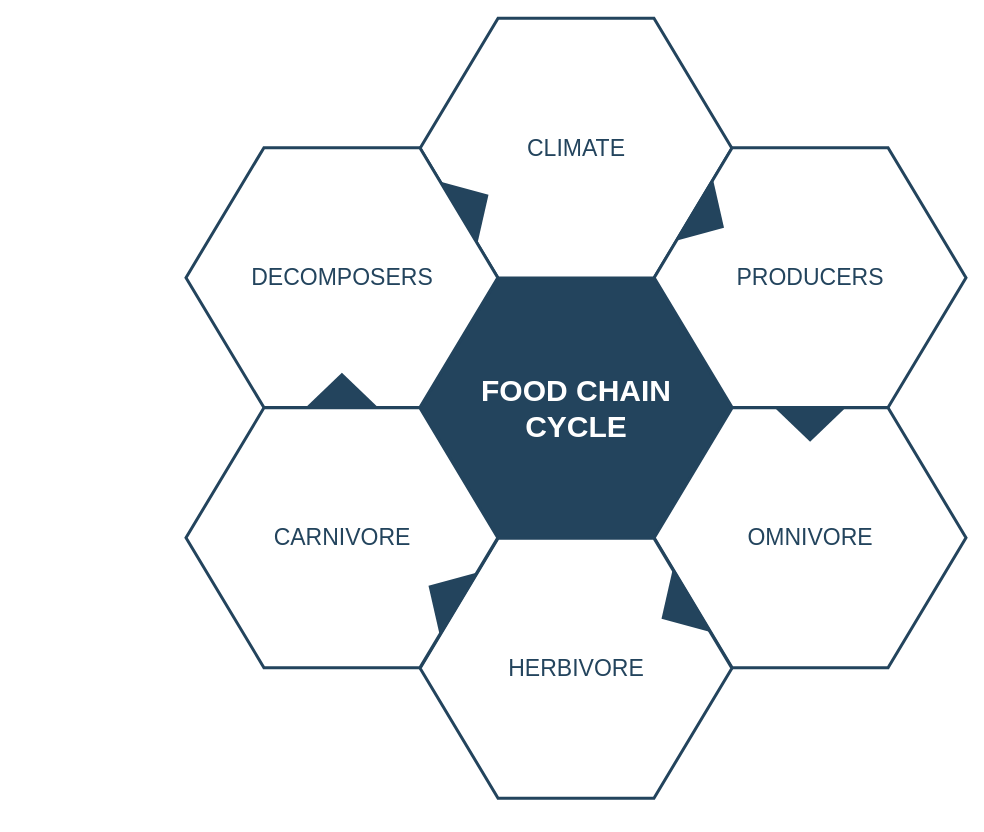
Above: diagramas/kietzmannCorreios.drawio in BrunoMRTZ/labcx (draw.io), before the change. Source tidied: cells renumbered, new cells numbered last; positions are measured from the earlier drawing's top-left corner, leaving out a move shared by most shapes. Both pictures are drawn from the tidied source at 100%, with x=0, y=0 at pixel (185, 18).
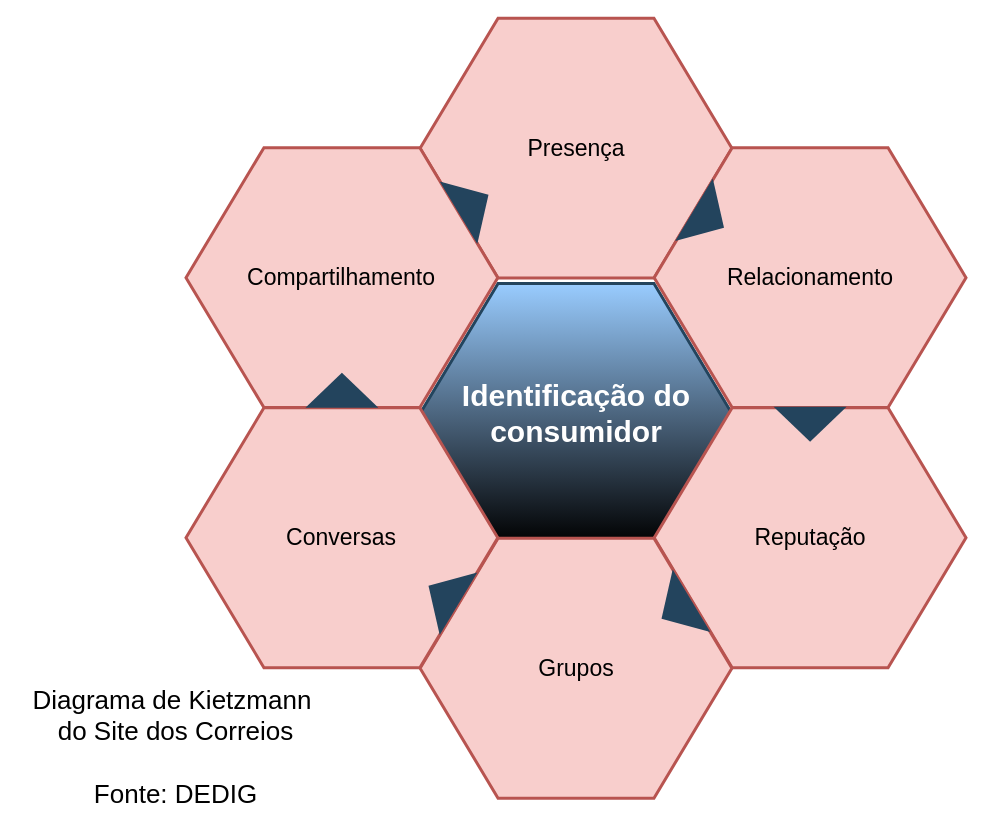
Above is the later version.

Diff of the diagram source:
```diff
@@
 <mxGraphModel>
   <root>
     <mxCell id="0" />
     <mxCell id="1" parent="0" />
-    <mxCell id="2" value="&lt;font style=&quot;font-size: 30px&quot; color=&quot;#ffffff&quot;&gt;&lt;b&gt;&lt;span&gt;FOOD CHAIN&lt;/span&gt;&lt;br&gt;&lt;span&gt;CYCLE&lt;/span&gt;&lt;/b&gt;&lt;/font&gt;&lt;br&gt;" style="shape=hexagon;perimeter=hexagonPerimeter2;whiteSpace=wrap;html=1;shadow=0;labelBackgroundColor=none;strokeColor=#23445D;fillColor=#23445D;gradientColor=none;fontFamily=Helvetica;fontSize=23;fontColor=#23445d;align=center;strokeWidth=3;" parent="1" vertex="1">
-      <mxGeometry x="234.6" y="259.8" width="311.8" height="259.9" as="geometry" />
+    <mxCell id="2" value="&lt;font color=&quot;#ffffff&quot;&gt;&lt;span style=&quot;font-size: 30px;&quot;&gt;&lt;b&gt;Identificação do &lt;br&gt;consumidor&lt;/b&gt;&lt;/span&gt;&lt;/font&gt;" style="shape=hexagon;perimeter=hexagonPerimeter2;whiteSpace=wrap;html=1;shadow=0;labelBackgroundColor=none;strokeColor=#23445D;fillColor=#99CCFF;gradientColor=default;fontFamily=Helvetica;fontSize=23;fontColor=#23445d;align=center;strokeWidth=3;gradientDirection=south;" parent="1" vertex="1">
+      <mxGeometry x="234.6" y="265" width="311.8" height="259.9" as="geometry" />
     </mxCell>
     <mxCell id="3" style="triangle;whiteSpace=wrap;html=1;shadow=0;labelBackgroundColor=none;strokeColor=none;fillColor=#FFFFFF;fontFamily=Helvetica;fontSize=17;fontColor=#23445d;align=center;rotation=90;gradientColor=none;flipV=1;flipH=1;opacity=20;" parent="1" vertex="1">
       <mxGeometry x="115.5" y="277.7" width="72" height="152" as="geometry" />
     </mxCell>
-    <mxCell id="4" value="&lt;font style=&quot;font-size: 23px&quot;&gt;CLIMATE&lt;/font&gt;" style="shape=hexagon;perimeter=hexagonPerimeter2;whiteSpace=wrap;html=1;shadow=0;labelBackgroundColor=none;strokeColor=#23445D;fillColor=#ffffff;gradientColor=none;fontFamily=Helvetica;fontSize=23;fontColor=#23445D;align=center;strokeWidth=3;" parent="1" vertex="1">
+    <mxCell id="4" value="&lt;font style=&quot;font-size: 23px&quot;&gt;Presença&lt;/font&gt;" style="shape=hexagon;perimeter=hexagonPerimeter2;whiteSpace=wrap;html=1;shadow=0;labelBackgroundColor=none;strokeColor=#b85450;fillColor=#f8cecc;fontFamily=Helvetica;fontSize=23;align=center;strokeWidth=3;" parent="1" vertex="1">
       <mxGeometry x="234.6" y="-0.3" width="311.8" height="259.9" as="geometry" />
     </mxCell>
-    <mxCell id="5" value="&lt;font style=&quot;font-size: 23px&quot;&gt;PRODUCERS&lt;/font&gt;" style="shape=hexagon;perimeter=hexagonPerimeter2;whiteSpace=wrap;html=1;shadow=0;labelBackgroundColor=none;strokeColor=#23445D;fillColor=#FFFFFF;gradientColor=none;fontFamily=Helvetica;fontSize=23;fontColor=#23445d;align=center;strokeWidth=3;" parent="1" vertex="1">
+    <mxCell id="5" value="&lt;font style=&quot;font-size: 23px&quot;&gt;Relacionamento&lt;/font&gt;" style="shape=hexagon;perimeter=hexagonPerimeter2;whiteSpace=wrap;html=1;shadow=0;labelBackgroundColor=none;strokeColor=#b85450;fillColor=#f8cecc;fontFamily=Helvetica;fontSize=23;align=center;strokeWidth=3;" parent="1" vertex="1">
       <mxGeometry x="468.7" y="129.2" width="311.8" height="259.9" as="geometry" />
     </mxCell>
-    <mxCell id="6" value="&lt;font style=&quot;font-size: 23px&quot;&gt;OMNIVORE&lt;/font&gt;" style="shape=hexagon;perimeter=hexagonPerimeter2;whiteSpace=wrap;html=1;shadow=0;labelBackgroundColor=none;strokeColor=#23445D;fillColor=#FFFFFF;gradientColor=none;fontFamily=Helvetica;fontSize=23;fontColor=#23445d;align=center;strokeWidth=3;" parent="1" vertex="1">
+    <mxCell id="6" value="&lt;font style=&quot;font-size: 23px&quot;&gt;Reputação&lt;/font&gt;" style="shape=hexagon;perimeter=hexagonPerimeter2;whiteSpace=wrap;html=1;shadow=0;labelBackgroundColor=none;strokeColor=#b85450;fillColor=#f8cecc;fontFamily=Helvetica;fontSize=23;align=center;strokeWidth=3;" parent="1" vertex="1">
       <mxGeometry x="468.7" y="389.3" width="311.8" height="259.9" as="geometry" />
     </mxCell>
-    <mxCell id="7" value="&lt;font style=&quot;font-size: 23px&quot;&gt;HERBIVORE&lt;/font&gt;" style="shape=hexagon;perimeter=hexagonPerimeter2;whiteSpace=wrap;html=1;shadow=0;labelBackgroundColor=none;strokeColor=#23445D;fillColor=#FFFFFF;gradientColor=none;fontFamily=Helvetica;fontSize=23;fontColor=#23445d;align=center;strokeWidth=3;" parent="1" vertex="1">
+    <mxCell id="7" value="&lt;font style=&quot;font-size: 23px&quot;&gt;Grupos&lt;/font&gt;" style="shape=hexagon;perimeter=hexagonPerimeter2;whiteSpace=wrap;html=1;shadow=0;labelBackgroundColor=none;strokeColor=#b85450;fillColor=#f8cecc;fontFamily=Helvetica;fontSize=23;align=center;strokeWidth=3;" parent="1" vertex="1">
       <mxGeometry x="234.6" y="519.8" width="311.8" height="259.9" as="geometry" />
     </mxCell>
-    <mxCell id="8" value="&lt;font style=&quot;font-size: 23px&quot;&gt;CARNIVORE&lt;/font&gt;" style="shape=hexagon;perimeter=hexagonPerimeter2;whiteSpace=wrap;html=1;shadow=0;labelBackgroundColor=none;strokeColor=#23445D;fillColor=#FFFFFF;gradientColor=none;fontFamily=Helvetica;fontSize=23;fontColor=#23445d;align=center;strokeWidth=3;" parent="1" vertex="1">
+    <mxCell id="8" value="&lt;font style=&quot;font-size: 23px&quot;&gt;Conversas&lt;/font&gt;" style="shape=hexagon;perimeter=hexagonPerimeter2;whiteSpace=wrap;html=1;shadow=0;labelBackgroundColor=none;strokeColor=#b85450;fillColor=#f8cecc;fontFamily=Helvetica;fontSize=23;align=center;strokeWidth=3;" parent="1" vertex="1">
       <mxGeometry x="0.5" y="389.3" width="311.8" height="259.9" as="geometry" />
     </mxCell>
-    <mxCell id="9" value="&lt;font style=&quot;font-size: 23px;&quot;&gt;DECOMPOSERS&lt;/font&gt;" style="shape=hexagon;perimeter=hexagonPerimeter2;whiteSpace=wrap;html=1;shadow=0;labelBackgroundColor=none;strokeColor=#23445D;fillColor=#ffffff;gradientColor=none;fontFamily=Helvetica;fontSize=23;fontColor=#23445D;align=center;strokeWidth=3;" parent="1" vertex="1">
+    <mxCell id="9" value="&lt;font style=&quot;font-size: 23px;&quot;&gt;Compartilhamento&lt;/font&gt;" style="shape=hexagon;perimeter=hexagonPerimeter2;whiteSpace=wrap;html=1;shadow=0;labelBackgroundColor=none;strokeColor=#b85450;fillColor=#f8cecc;fontFamily=Helvetica;fontSize=23;align=center;strokeWidth=3;" parent="1" vertex="1">
       <mxGeometry x="0.5" y="129.2" width="311.8" height="259.9" as="geometry" />
     </mxCell>
     <mxCell id="10" style="triangle;whiteSpace=wrap;html=1;shadow=0;labelBackgroundColor=none;strokeColor=none;fillColor=#23445D;fontFamily=Helvetica;fontSize=17;fontColor=#23445d;align=center;rotation=31;gradientColor=none;strokeWidth=3;" parent="1" vertex="1">
       <mxGeometry x="506" y="163.7" width="35" height="73" as="geometry" />
     </mxCell>
     <mxCell id="11" style="triangle;whiteSpace=wrap;html=1;shadow=0;labelBackgroundColor=none;strokeColor=none;fillColor=#23445D;fontFamily=Helvetica;fontSize=17;fontColor=#23445d;align=center;rotation=31;gradientColor=none;flipH=1;strokeWidth=3;" parent="1" vertex="1">
       <mxGeometry x="240.5" y="539.7" width="35" height="73" as="geometry" />
     </mxCell>
     <mxCell id="12" style="triangle;whiteSpace=wrap;html=1;shadow=0;labelBackgroundColor=none;strokeColor=none;fillColor=#23445D;fontFamily=Helvetica;fontSize=17;fontColor=#23445d;align=center;rotation=329;gradientColor=none;strokeWidth=3;" parent="1" vertex="1">
       <mxGeometry x="270.5" y="148.7" width="35" height="73" as="geometry" />
     </mxCell>
     <mxCell id="13" style="triangle;whiteSpace=wrap;html=1;shadow=0;labelBackgroundColor=none;strokeColor=none;fillColor=#23445D;fontFamily=Helvetica;fontSize=17;fontColor=#23445d;align=center;rotation=329;gradientColor=none;flipH=1;strokeWidth=3;" parent="1" vertex="1">
       <mxGeometry x="473.5" y="554.7" width="35" height="73" as="geometry" />
     </mxCell>
     <mxCell id="14" style="triangle;whiteSpace=wrap;html=1;shadow=0;labelBackgroundColor=none;strokeColor=none;fillColor=#23445D;fontFamily=Helvetica;fontSize=17;fontColor=#23445d;align=center;rotation=90;gradientColor=none;strokeWidth=3;" parent="1" vertex="1">
       <mxGeometry x="607.1" y="369.2" width="35" height="73" as="geometry" />
     </mxCell>
     <mxCell id="15" style="triangle;whiteSpace=wrap;html=1;shadow=0;labelBackgroundColor=none;strokeColor=none;fillColor=#23445D;fontFamily=Helvetica;fontSize=17;fontColor=#23445d;align=center;rotation=90;gradientColor=none;flipH=1;strokeWidth=3;" parent="1" vertex="1">
       <mxGeometry x="138.9" y="335.2" width="35" height="73" as="geometry" />
     </mxCell>
+    <mxCell id="16" value="Diagrama de Kietzmann&amp;nbsp;&lt;br&gt;do Site dos Correios&lt;br&gt;&lt;br&gt;Fonte: DEDIG" style="text;html=1;align=center;verticalAlign=middle;strokeColor=none;fillColor=none;fontSize=26;" parent="1" vertex="1">
+      <mxGeometry x="-168" y="661" width="315" height="135" as="geometry" />
+    </mxCell>
   </root>
 </mxGraphModel>
```
